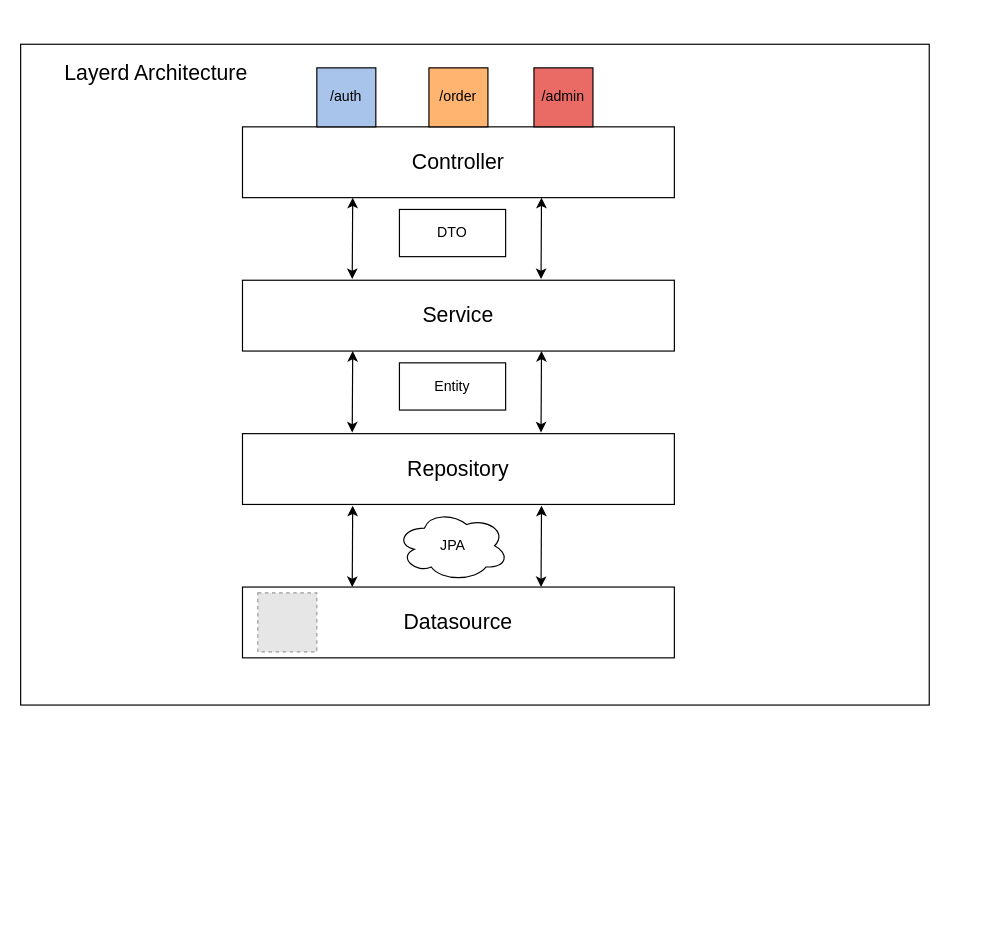
This is docs/resources/src/BackendView.drawio from Golo300/Kantinerado, a draw.io file, before an edit. Source tidied: cells renumbered, new cells numbered last; positions are measured from the earlier drawing's top-left corner, leaving out a move shared by most shapes. Both pictures are drawn from the tidied source at 118%, with x=0, y=0 at pixel (20, 44). Pictures stored in the file or linked from it are replaced by grey dashed boxes.
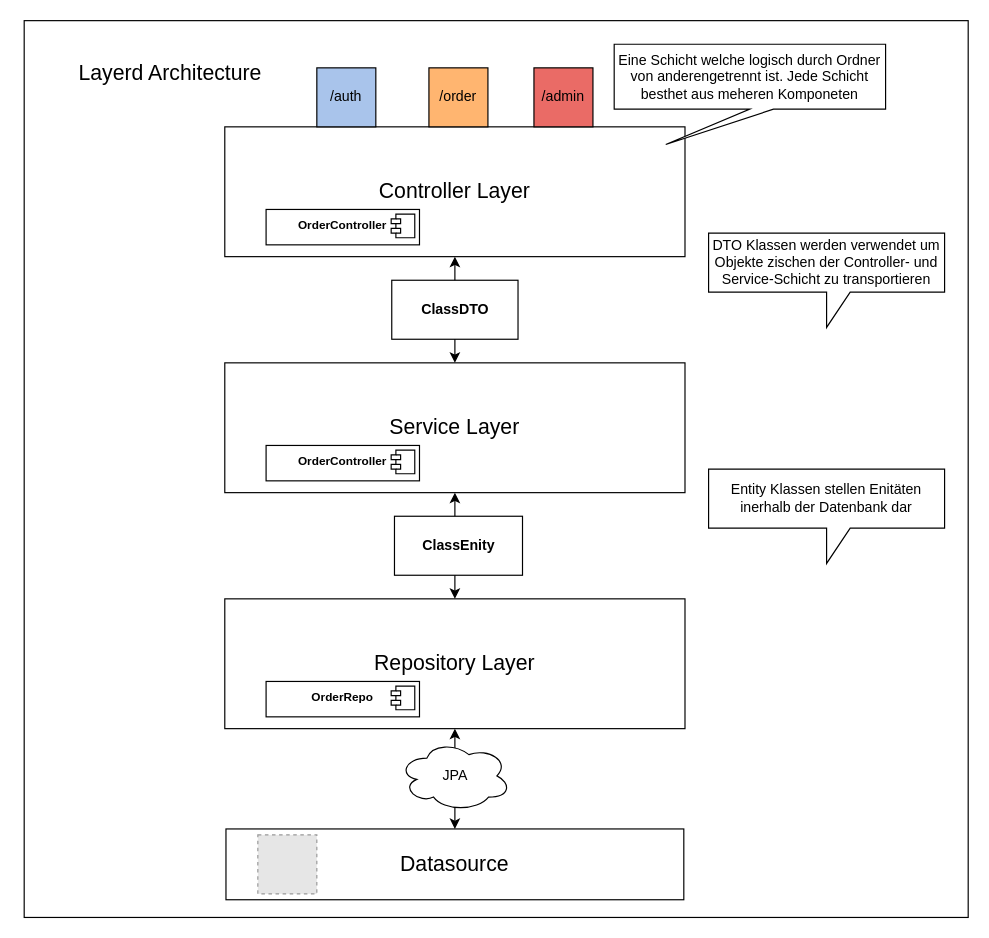
The same page after the edit.

What changed in the source:
```diff
@@
-    <mxCell id="2" style="rounded=0;whiteSpace=wrap;html=1;" parent="1" vertex="1">
-      <mxGeometry width="770" height="560" as="geometry" />
-    </mxCell>
+    <mxCell id="24" style="rounded=0;whiteSpace=wrap;html=1;" parent="1" vertex="1">
+      <mxGeometry x="3" y="-20" width="800" height="760" as="geometry" />
+    </mxCell>
+    <mxCell id="25" value="&lt;font style=&quot;font-size: 18px;&quot;&gt;Repository Layer&lt;/font&gt;" style="rounded=0;whiteSpace=wrap;html=1;" parent="1" vertex="1">
+      <mxGeometry x="173" y="470" width="390" height="110" as="geometry" />
+    </mxCell>
+    <mxCell id="26" value="&lt;font style=&quot;font-size: 18px;&quot;&gt;Service Layer&lt;/font&gt;" style="rounded=0;whiteSpace=wrap;html=1;" parent="1" vertex="1">
+      <mxGeometry x="173" y="270" width="390" height="110" as="geometry" />
+    </mxCell>
     <mxCell id="3" value="&lt;font style=&quot;font-size: 18px;&quot;&gt;Layerd Architecture&lt;/font&gt;" style="text;html=1;strokeColor=none;fillColor=none;align=center;verticalAlign=middle;whiteSpace=wrap;rounded=0;" parent="1" vertex="1">
-      <mxGeometry y="10" width="230" height="30" as="geometry" />
+      <mxGeometry x="12" y="10" width="230" height="30" as="geometry" />
     </mxCell>
-    <mxCell id="4" value="&lt;font style=&quot;font-size: 18px;&quot;&gt;Controller&lt;/font&gt;" style="rounded=0;whiteSpace=wrap;html=1;" parent="1" vertex="1">
-      <mxGeometry x="188" y="70" width="366" height="60" as="geometry" />
+    <mxCell id="4" value="&lt;font style=&quot;font-size: 18px;&quot;&gt;Controller Layer&lt;/font&gt;" style="rounded=0;whiteSpace=wrap;html=1;" parent="1" vertex="1">
+      <mxGeometry x="173" y="70" width="390" height="110" as="geometry" />
     </mxCell>
-    <mxCell id="5" value="&lt;font style=&quot;font-size: 18px;&quot;&gt;Service&lt;/font&gt;" style="rounded=0;whiteSpace=wrap;html=1;" parent="1" vertex="1">
-      <mxGeometry x="188" y="200" width="366" height="60" as="geometry" />
-    </mxCell>
-    <mxCell id="6" value="&lt;font style=&quot;font-size: 18px;&quot;&gt;Repository&lt;/font&gt;" style="rounded=0;whiteSpace=wrap;html=1;" parent="1" vertex="1">
-      <mxGeometry x="188" y="330" width="366" height="60" as="geometry" />
-    </mxCell>
     <mxCell id="7" value="&lt;font style=&quot;font-size: 18px;&quot;&gt;Datasource&lt;/font&gt;" style="rounded=0;whiteSpace=wrap;html=1;" parent="1" vertex="1">
-      <mxGeometry x="188" y="460" width="366" height="60" as="geometry" />
+      <mxGeometry x="174" y="665" width="388" height="60" as="geometry" />
     </mxCell>
-    <mxCell id="8" style="endArrow=classic;startArrow=classic;html=1;rounded=0;entryX=0.457;entryY=1.006;entryDx=0;entryDy=0;entryPerimeter=0;exitX=0.456;exitY=-0.011;exitDx=0;exitDy=0;exitPerimeter=0;" parent="1" edge="1">
-      <mxGeometry relative="1" as="geometry">
-        <mxPoint x="281" y="199" as="sourcePoint" />
-        <mxPoint x="281.4" y="130" as="targetPoint" />
-      </mxGeometry>
-    </mxCell>
-    <mxCell id="9" style="endArrow=classic;startArrow=classic;html=1;rounded=0;entryX=0.457;entryY=1.006;entryDx=0;entryDy=0;entryPerimeter=0;exitX=0.456;exitY=-0.011;exitDx=0;exitDy=0;exitPerimeter=0;" parent="1" edge="1">
-      <mxGeometry relative="1" as="geometry">
-        <mxPoint x="441" y="199" as="sourcePoint" />
-        <mxPoint x="441.4" y="130" as="targetPoint" />
-      </mxGeometry>
-    </mxCell>
-    <mxCell id="10" value="DTO" style="rounded=0;whiteSpace=wrap;html=1;" parent="1" vertex="1">
-      <mxGeometry x="321" y="140" width="90" height="40" as="geometry" />
-    </mxCell>
-    <mxCell id="11" value="Entity" style="rounded=0;whiteSpace=wrap;html=1;" parent="1" vertex="1">
-      <mxGeometry x="321" y="270" width="90" height="40" as="geometry" />
-    </mxCell>
-    <mxCell id="12" style="endArrow=classic;startArrow=classic;html=1;rounded=0;entryX=0.457;entryY=1.006;entryDx=0;entryDy=0;entryPerimeter=0;exitX=0.456;exitY=-0.011;exitDx=0;exitDy=0;exitPerimeter=0;" parent="1" edge="1">
-      <mxGeometry relative="1" as="geometry">
-        <mxPoint x="281" y="329" as="sourcePoint" />
-        <mxPoint x="281.4" y="260" as="targetPoint" />
-      </mxGeometry>
-    </mxCell>
-    <mxCell id="13" style="endArrow=classic;startArrow=classic;html=1;rounded=0;entryX=0.457;entryY=1.006;entryDx=0;entryDy=0;entryPerimeter=0;exitX=0.456;exitY=-0.011;exitDx=0;exitDy=0;exitPerimeter=0;" parent="1" edge="1">
-      <mxGeometry relative="1" as="geometry">
-        <mxPoint x="441" y="329" as="sourcePoint" />
-        <mxPoint x="441.4" y="260" as="targetPoint" />
-      </mxGeometry>
-    </mxCell>
-    <mxCell id="14" style="endArrow=classic;startArrow=classic;html=1;rounded=0;entryX=0.457;entryY=1.006;entryDx=0;entryDy=0;entryPerimeter=0;exitX=0.456;exitY=-0.011;exitDx=0;exitDy=0;exitPerimeter=0;" parent="1" edge="1">
-      <mxGeometry relative="1" as="geometry">
-        <mxPoint x="281" y="460" as="sourcePoint" />
-        <mxPoint x="281.4" y="391" as="targetPoint" />
-      </mxGeometry>
+    <mxCell id="14" style="endArrow=classic;startArrow=classic;html=1;rounded=0;entryX=0.5;entryY=1;entryDx=0;entryDy=0;exitX=0.5;exitY=0;exitDx=0;exitDy=0;" parent="1" edge="1" source="7" target="25">
+      <mxGeometry relative="1" as="geometry" />
     </mxCell>
-    <mxCell id="15" style="endArrow=classic;startArrow=classic;html=1;rounded=0;entryX=0.457;entryY=1.006;entryDx=0;entryDy=0;entryPerimeter=0;exitX=0.456;exitY=-0.011;exitDx=0;exitDy=0;exitPerimeter=0;" parent="1" edge="1">
-      <mxGeometry relative="1" as="geometry">
-        <mxPoint x="441" y="460" as="sourcePoint" />
-        <mxPoint x="441.4" y="391" as="targetPoint" />
-      </mxGeometry>
-    </mxCell>
     <mxCell id="16" style="fillColor=#E6E6E6;strokeColor=#999999;dashed=1;verticalLabelPosition=bottom;labelBackgroundColor=default;verticalAlign=top;" parent="1" vertex="1">
-      <mxGeometry x="201" y="465" width="50" height="50" as="geometry" />
+      <mxGeometry x="201" y="670" width="50" height="50" as="geometry" />
     </mxCell>
@@
     <mxCell id="23" value="JPA" style="ellipse;shape=cloud;whiteSpace=wrap;html=1;" parent="1" vertex="1">
-      <mxGeometry x="318.5" y="395" width="95" height="60" as="geometry" />
+      <mxGeometry x="320.5" y="590" width="95" height="60" as="geometry" />
     </mxCell>
+    <mxCell id="27" value="&lt;p style=&quot;margin: 6px 0px 0px;&quot;&gt;&lt;b&gt;&lt;font style=&quot;font-size: 10px;&quot;&gt;OrderController&lt;/font&gt;&lt;/b&gt;&lt;/p&gt;" style="align=center;overflow=fill;html=1;whiteSpace=wrap;" parent="1" vertex="1">
+      <mxGeometry x="208" y="140" width="130" height="30" as="geometry" />
+    </mxCell>
+    <mxCell id="28" style="shape=component;jettyWidth=8;jettyHeight=4;" parent="27" vertex="1">
+      <mxGeometry x="1" width="20" height="20" relative="1" as="geometry">
+        <mxPoint x="-24" y="4" as="offset" />
+      </mxGeometry>
+    </mxCell>
+    <mxCell id="29" value="&lt;p style=&quot;margin: 6px 0px 0px;&quot;&gt;&lt;b&gt;&lt;font style=&quot;font-size: 10px;&quot;&gt;OrderController&lt;/font&gt;&lt;/b&gt;&lt;/p&gt;" style="align=center;overflow=fill;html=1;whiteSpace=wrap;" parent="1" vertex="1">
+      <mxGeometry x="208" y="340" width="130" height="30" as="geometry" />
+    </mxCell>
+    <mxCell id="30" style="shape=component;jettyWidth=8;jettyHeight=4;" parent="29" vertex="1">
+      <mxGeometry x="1" width="20" height="20" relative="1" as="geometry">
+        <mxPoint x="-24" y="4" as="offset" />
+      </mxGeometry>
+    </mxCell>
+    <mxCell id="31" value="&lt;p style=&quot;margin: 6px 0px 0px;&quot;&gt;&lt;b&gt;&lt;font style=&quot;font-size: 10px;&quot;&gt;OrderRepo&lt;/font&gt;&lt;/b&gt;&lt;/p&gt;" style="align=center;overflow=fill;html=1;whiteSpace=wrap;" parent="1" vertex="1">
+      <mxGeometry x="208" y="540" width="130" height="30" as="geometry" />
+    </mxCell>
+    <mxCell id="32" style="shape=component;jettyWidth=8;jettyHeight=4;" parent="31" vertex="1">
+      <mxGeometry x="1" width="20" height="20" relative="1" as="geometry">
+        <mxPoint x="-24" y="4" as="offset" />
+      </mxGeometry>
+    </mxCell>
+    <mxCell id="33" style="endArrow=classic;startArrow=classic;html=1;rounded=0;entryX=0.5;entryY=1;entryDx=0;entryDy=0;" parent="1" edge="1" source="26" target="4">
+      <mxGeometry relative="1" as="geometry" />
+    </mxCell>
+    <mxCell id="34" style="endArrow=classic;startArrow=classic;html=1;rounded=0;entryX=0.5;entryY=1;entryDx=0;entryDy=0;" parent="1" edge="1" source="25" target="26">
+      <mxGeometry relative="1" as="geometry" />
+    </mxCell>
+    <mxCell id="35" value="&lt;p style=&quot;margin:0px;margin-top:4px;text-align:center;&quot;&gt;&lt;br&gt;&lt;b&gt;ClassDTO&lt;/b&gt;&lt;/p&gt;" style="verticalAlign=top;align=left;overflow=fill;fontSize=12;fontFamily=Helvetica;html=1;whiteSpace=wrap;" parent="1" vertex="1">
+      <mxGeometry x="314.5" y="200" width="107" height="50" as="geometry" />
+    </mxCell>
+    <mxCell id="36" value="&lt;p style=&quot;margin:0px;margin-top:4px;text-align:center;&quot;&gt;&lt;br&gt;&lt;b&gt;ClassEnity&lt;/b&gt;&lt;/p&gt;" style="verticalAlign=top;align=left;overflow=fill;fontSize=12;fontFamily=Helvetica;html=1;whiteSpace=wrap;" parent="1" vertex="1">
+      <mxGeometry x="316.8" y="400" width="108.5" height="50" as="geometry" />
+    </mxCell>
+    <mxCell id="37" value="Eine Schicht welche logisch durch Ordner von anderengetrennt ist. Jede Schicht besthet aus meheren Komponeten" style="shape=callout;whiteSpace=wrap;html=1;perimeter=calloutPerimeter;position2=0.19;" parent="1" vertex="1">
+      <mxGeometry x="503" width="230" height="85" as="geometry" />
+    </mxCell>
+    <mxCell id="38" value="DTO Klassen werden verwendet um Objekte zischen der Controller- und Service-Schicht zu transportieren" style="shape=callout;whiteSpace=wrap;html=1;perimeter=calloutPerimeter;" parent="1" vertex="1">
+      <mxGeometry x="583" y="160" width="200" height="80" as="geometry" />
+    </mxCell>
+    <mxCell id="39" value="Entity Klassen stellen Enitäten inerhalb der Datenbank dar" style="shape=callout;whiteSpace=wrap;html=1;perimeter=calloutPerimeter;" parent="1" vertex="1">
+      <mxGeometry x="583" y="360" width="200" height="80" as="geometry" />
+    </mxCell>
```
